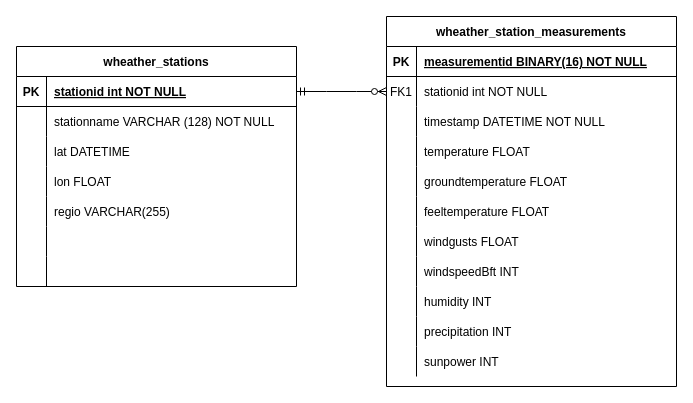
Above: docs/ERD.drawio in moudemans/skilltest-buienradar (draw.io), before the change. Source tidied: cells renumbered, new cells numbered last; positions are measured from the earlier drawing's top-left corner, leaving out a move shared by most shapes. Both pictures are drawn from the tidied source at 100%, with x=0, y=0 at pixel (16, 16).
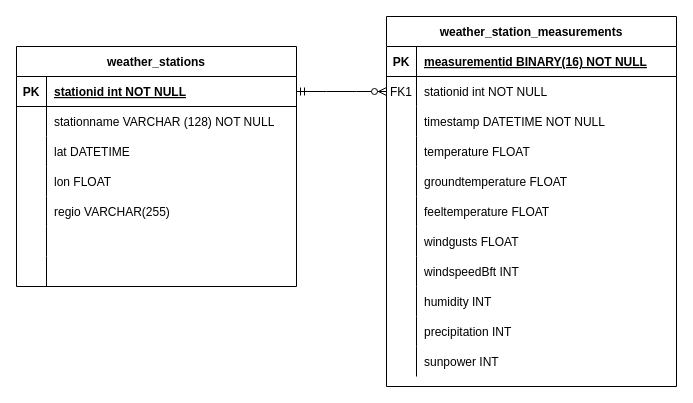
The same diagram, later.

What changed in the source:
```diff
@@
-    <mxCell id="2" value="wheather_station_measurements" style="shape=table;startSize=30;childLayout=tableLayout;rowLines=0;fontStyle=1;align=center;" parent="1" vertex="1">
+    <mxCell id="2" value="weather_station_measurements" style="shape=table;startSize=30;childLayout=tableLayout;rowLines=0;fontStyle=1;align=center;" parent="1" vertex="1">
       <mxGeometry x="370" width="290" height="370" as="geometry" />
     </mxCell>
@@
-    <mxCell id="36" value="wheather_stations" style="shape=table;startSize=30;childLayout=tableLayout;rowLines=0;fontStyle=1;align=center;" parent="1" vertex="1">
+    <mxCell id="36" value="weather_stations" style="shape=table;startSize=30;childLayout=tableLayout;rowLines=0;fontStyle=1;align=center;" parent="1" vertex="1">
       <mxGeometry y="30" width="280" height="240" as="geometry" />
     </mxCell>
```
